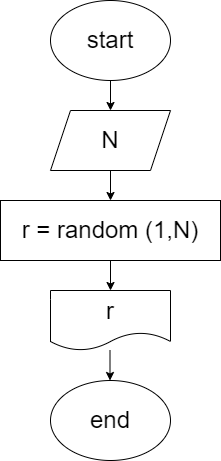
The draw.io diagram ex001.drawio.png in hugeelf/pract2, before a commit. Source tidied: cells renumbered, new cells last; positions are measured from the earlier drawing's top-left corner, leaving out a move shared by most shapes. The source it was exported from:
```xml
<mxGraphModel>
  <root>
    <mxCell id="0" />
    <mxCell id="1" parent="0" />
    <mxCell id="2" style="edgeStyle=none;html=1;exitX=0.5;exitY=1;exitDx=0;exitDy=0;entryX=0.5;entryY=0;entryDx=0;entryDy=0;fontSize=24;" parent="1" edge="1" source="3" target="5">
      <mxGeometry relative="1" as="geometry" />
    </mxCell>
    <mxCell id="3" value="start&lt;br style=&quot;font-size: 24px;&quot;&gt;" style="ellipse;whiteSpace=wrap;html=1;fontSize=24;" parent="1" vertex="1">
      <mxGeometry x="50" width="120" height="80" as="geometry" />
    </mxCell>
    <mxCell id="4" style="edgeStyle=none;html=1;exitX=0.5;exitY=1;exitDx=0;exitDy=0;entryX=0.5;entryY=0;entryDx=0;entryDy=0;fontSize=24;" parent="1" edge="1" source="5" target="7">
      <mxGeometry relative="1" as="geometry" />
    </mxCell>
    <mxCell id="5" value="N" style="shape=parallelogram;perimeter=parallelogramPerimeter;whiteSpace=wrap;html=1;fixedSize=1;fontSize=24;" parent="1" vertex="1">
      <mxGeometry x="50" y="110" width="120" height="60" as="geometry" />
    </mxCell>
    <mxCell id="6" style="edgeStyle=none;html=1;exitX=0.5;exitY=1;exitDx=0;exitDy=0;entryX=0.5;entryY=0;entryDx=0;entryDy=0;fontSize=24;" parent="1" edge="1" source="7" target="8">
      <mxGeometry relative="1" as="geometry" />
    </mxCell>
    <mxCell id="7" value="r = random (1,N)" style="rounded=0;whiteSpace=wrap;html=1;fontSize=24;" parent="1" vertex="1">
      <mxGeometry y="200" width="220" height="60" as="geometry" />
    </mxCell>
    <mxCell id="8" value="r" style="shape=document;whiteSpace=wrap;html=1;boundedLbl=1;fontSize=24;" parent="1" vertex="1">
      <mxGeometry x="50" y="290" width="120" height="60" as="geometry" />
    </mxCell>
    <mxCell id="9" value="end" style="ellipse;whiteSpace=wrap;html=1;fontSize=24;" parent="1" vertex="1">
      <mxGeometry x="50" y="380" width="120" height="80" as="geometry" />
    </mxCell>
    <mxCell id="10" style="endArrow=classic;html=1;fontSize=24;" parent="1" edge="1">
      <mxGeometry relative="1" as="geometry">
        <mxPoint x="109.5" y="350" as="sourcePoint" />
        <mxPoint x="109.5" y="380" as="targetPoint" />
      </mxGeometry>
    </mxCell>
  </root>
</mxGraphModel>
```
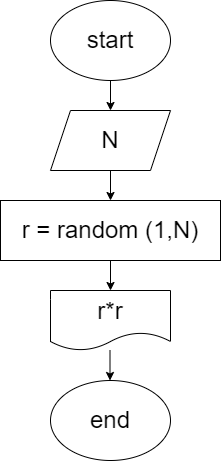
After the commit.

What changed in the source:
```diff
@@ -20,7 +20,7 @@
     <mxCell id="7" value="r = random (1,N)" style="rounded=0;whiteSpace=wrap;html=1;fontSize=24;" parent="1" vertex="1">
       <mxGeometry y="200" width="220" height="60" as="geometry" />
     </mxCell>
-    <mxCell id="8" value="r" style="shape=document;whiteSpace=wrap;html=1;boundedLbl=1;fontSize=24;" parent="1" vertex="1">
+    <mxCell id="8" value="r*r" style="shape=document;whiteSpace=wrap;html=1;boundedLbl=1;fontSize=24;" parent="1" vertex="1">
       <mxGeometry x="50" y="290" width="120" height="60" as="geometry" />
     </mxCell>
     <mxCell id="9" value="end" style="ellipse;whiteSpace=wrap;html=1;fontSize=24;" parent="1" vertex="1">
```
